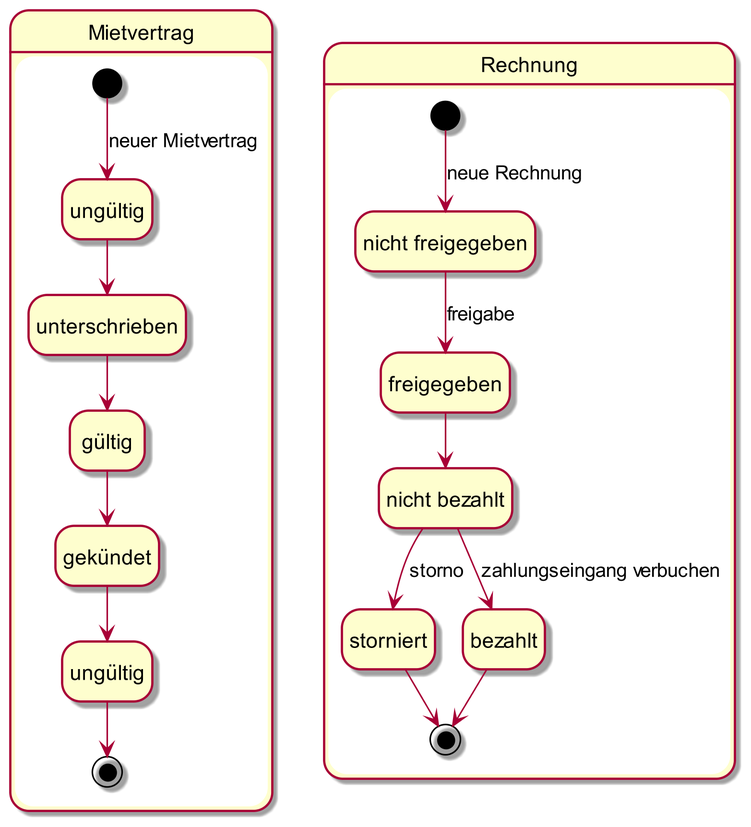
Before: docs/content/diagrams/out/zustand/mietvertragRechnung/mietvertragRechnung.png, a diagram exported from PlantUML (sirtheta/ImmoGlobal_Semesterarbeit).
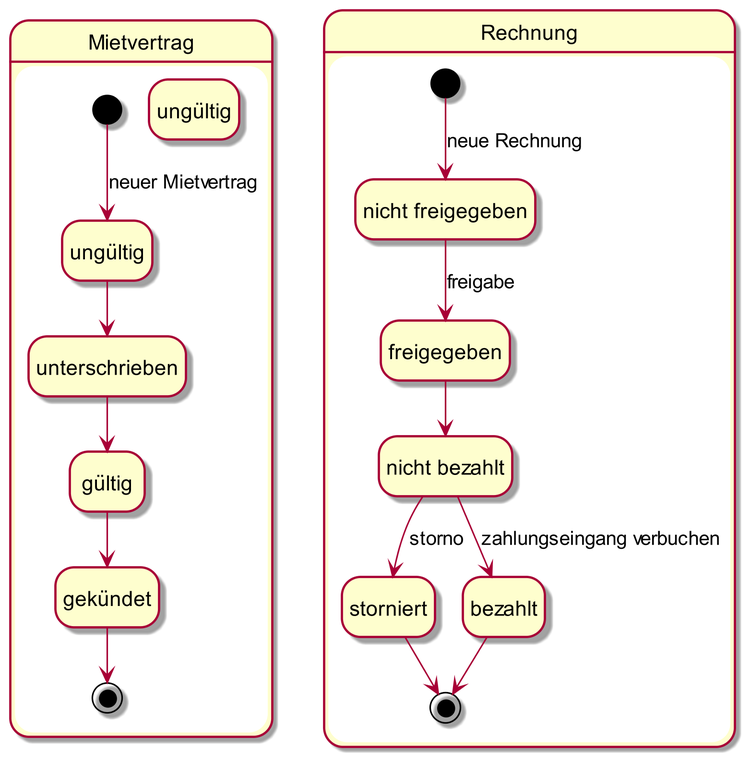
Above is the later version.

What changed in the source:
```diff
@@ -7,9 +7,9 @@
 unterschrieben --> gültig
 gültig --> gekündet
 state notValid as "ungültig"
-gekündet --> notValid
-notValid --> [*]
+gekündet --> [*]
 }
+
 state Rechnung {
 state "nicht freigegeben" as nf
 [*] --> nf : neue Rechnung
```
